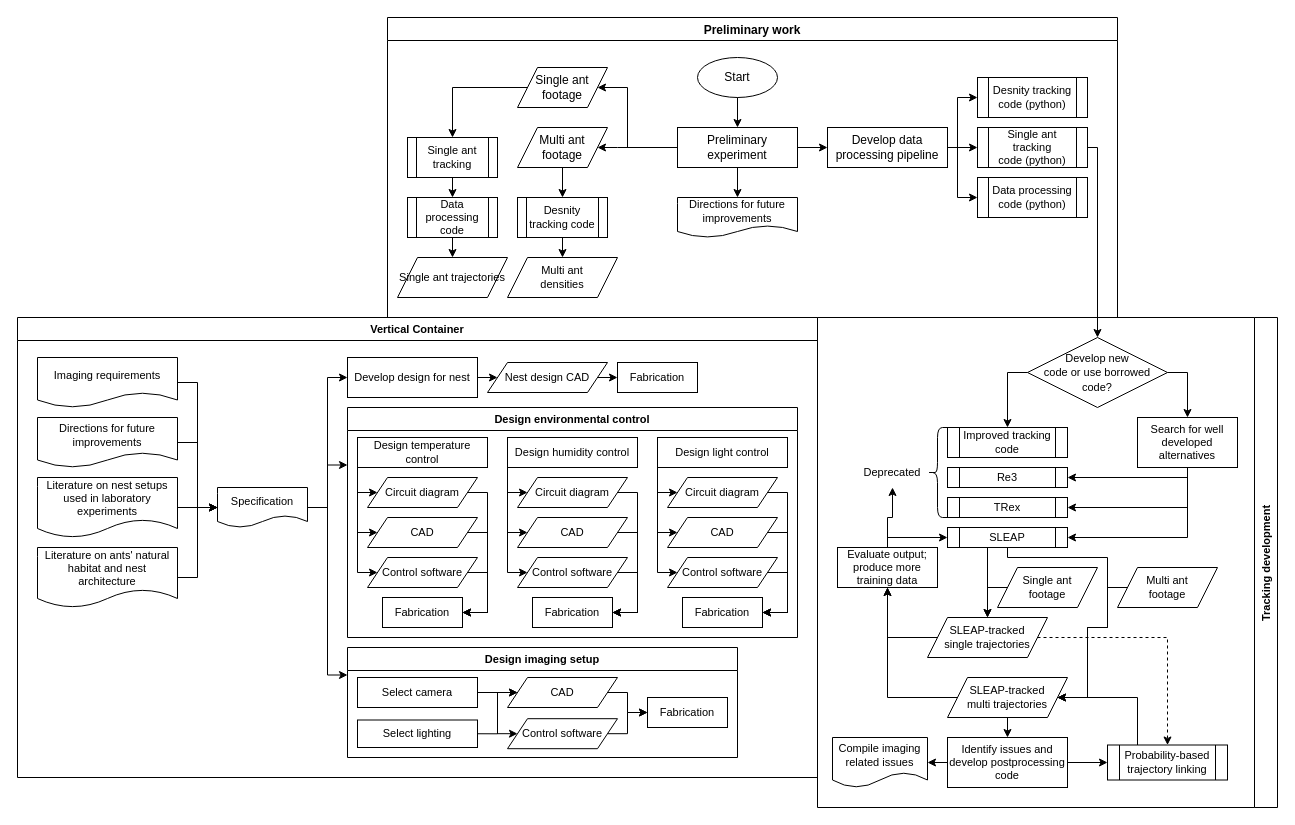
MangledPotat0/diagramsRoot keeps this draw.io diagram as research/Progress.drawio. Above is the earlier version. Source tidied: cells renumbered, new cells numbered last; positions are measured from the earlier drawing's top-left corner, leaving out a move shared by most shapes. Both pictures are drawn from the tidied source at 100%, with x=0, y=0 at pixel (17, 17).
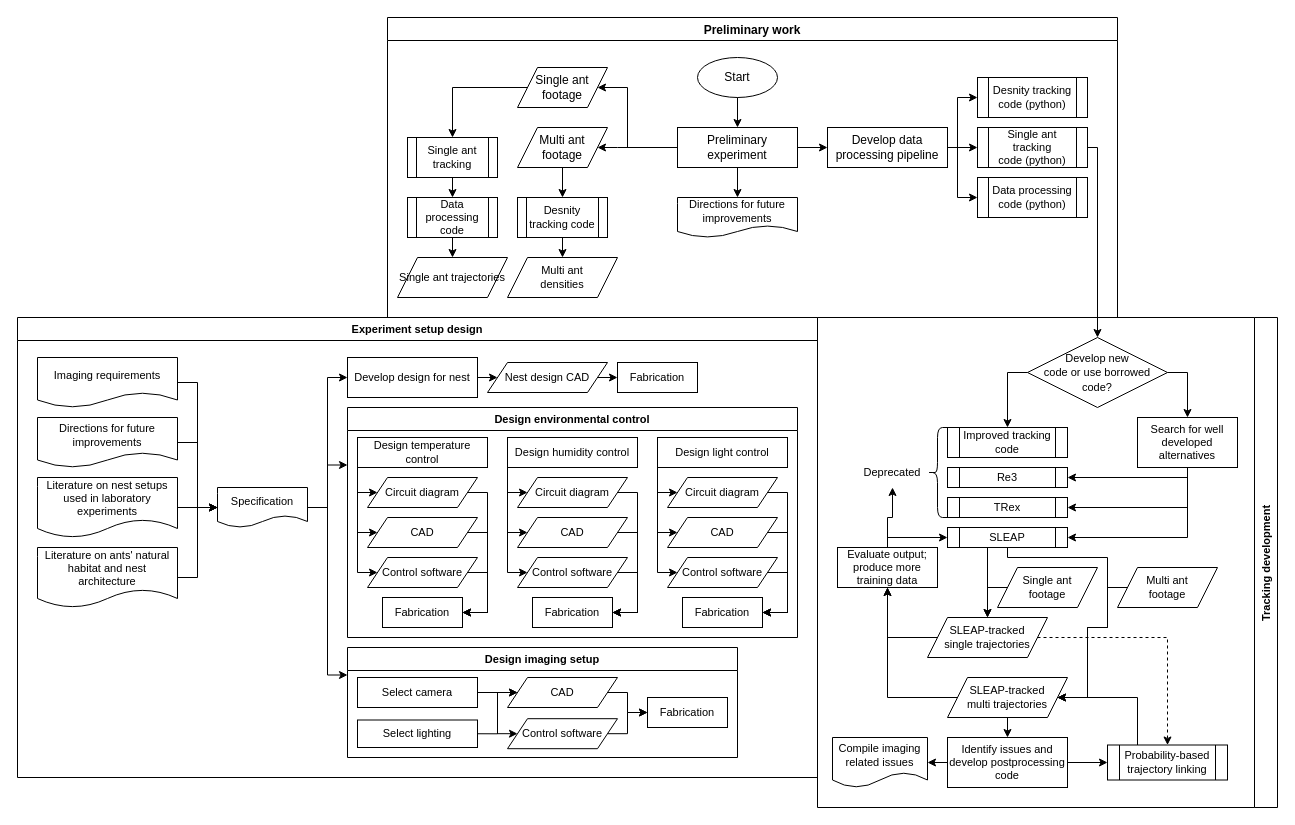
The same diagram, later.

Diff of the diagram source:
```diff
@@
-    <mxCell id="66" value="Vertical Container" style="swimlane;fontSize=11;" parent="1" vertex="1">
+    <mxCell id="66" value="Experiment setup design" style="swimlane;fontSize=11;" parent="1" vertex="1">
       <mxGeometry y="300" width="800" height="460" as="geometry" />
     </mxCell>
```
